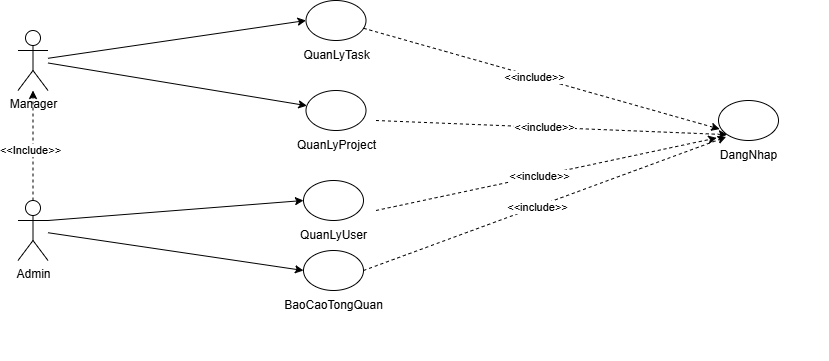
This is Báo Cáo/UC/college-UC Chinh.drawio.png from chickenlazy/college, a draw.io export, as it was before one commit. Source tidied: cells renumbered, new cells last; positions are measured from the earlier drawing's top-left corner, leaving out a move shared by most shapes.
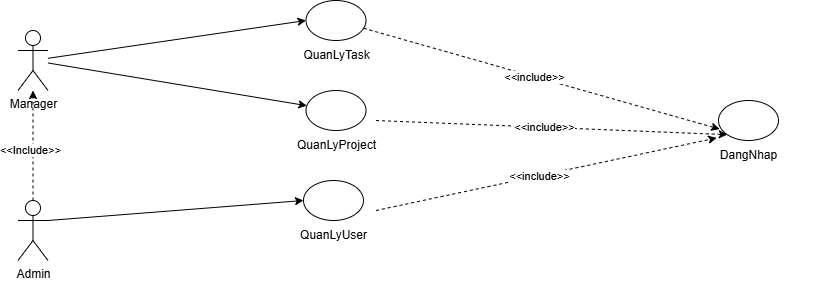
Later version of the same file.

What changed in the source:
```diff
@@ -26,15 +26,6 @@
     <mxCell id="9" value="QuanLyProject" style="text;html=1;align=center;verticalAlign=middle;strokeColor=none;fillColor=none;" parent="7" vertex="1">
       <mxGeometry x="30" y="40" width="100" height="30" as="geometry" />
     </mxCell>
-    <mxCell id="10" style="group;" parent="1" vertex="1">
-      <mxGeometry x="235" y="250" width="160" height="110" as="geometry" />
-    </mxCell>
-    <mxCell id="11" style="ellipse;whiteSpace=wrap;html=1;" parent="10" vertex="1">
-      <mxGeometry x="50" width="60" height="40" as="geometry" />
-    </mxCell>
-    <mxCell id="12" value="BaoCaoTongQuan" style="text;html=1;align=center;verticalAlign=middle;strokeColor=none;fillColor=none;" parent="10" vertex="1">
-      <mxGeometry x="20" y="40" width="120" height="30" as="geometry" />
-    </mxCell>
     <mxCell id="13" style="group;" parent="1" vertex="1">
       <mxGeometry x="237.5" width="160" height="70" as="geometry" />
     </mxCell>
@@ -62,9 +53,6 @@
     <mxCell id="21" style="endArrow=classic;html=1;rounded=0;entryX=0;entryY=0.5;entryDx=0;entryDy=0;exitX=1;exitY=0.3333333333333333;exitDx=0;exitDy=0;exitPerimeter=0;" parent="1" edge="1" source="5" target="17">
       <mxGeometry relative="1" as="geometry" />
     </mxCell>
-    <mxCell id="22" style="endArrow=classic;html=1;rounded=0;entryX=0;entryY=0.5;entryDx=0;entryDy=0;" parent="1" edge="1" source="5" target="11">
-      <mxGeometry relative="1" as="geometry" />
-    </mxCell>
     <mxCell id="23" style="endArrow=classic;html=1;rounded=0;dashed=1;entryX=0;entryY=1;entryDx=0;entryDy=0;" parent="1" edge="1" target="3">
       <mxGeometry relative="1" as="geometry">
         <mxPoint x="357.5" y="120" as="sourcePoint" />
@@ -81,12 +69,6 @@
     <mxCell id="26" value="&amp;lt;&amp;lt;include&amp;gt;&amp;gt;" style="edgeLabel;html=1;align=center;verticalAlign=middle;" parent="25" vertex="1">
       <mxGeometry x="-0.04" relative="1" as="geometry" />
     </mxCell>
-    <mxCell id="27" style="endArrow=classic;html=1;rounded=0;dashed=1;entryX=0.221;entryY=-0.118;entryDx=0;entryDy=0;entryPerimeter=0;exitX=1;exitY=0.5;exitDx=0;exitDy=0;" parent="1" edge="1" source="11" target="4">
-      <mxGeometry relative="1" as="geometry" />
-    </mxCell>
-    <mxCell id="28" value="&amp;lt;&amp;lt;include&amp;gt;&amp;gt;" style="edgeLabel;html=1;align=center;verticalAlign=middle;" parent="27" vertex="1">
-      <mxGeometry x="-0.04" relative="1" as="geometry" />
-    </mxCell>
     <mxCell id="29" style="endArrow=classic;html=1;rounded=0;dashed=1;entryX=0.02;entryY=0.715;entryDx=0;entryDy=0;entryPerimeter=0;" parent="1" edge="1" source="14" target="3">
       <mxGeometry relative="1" as="geometry" />
     </mxCell>
```
